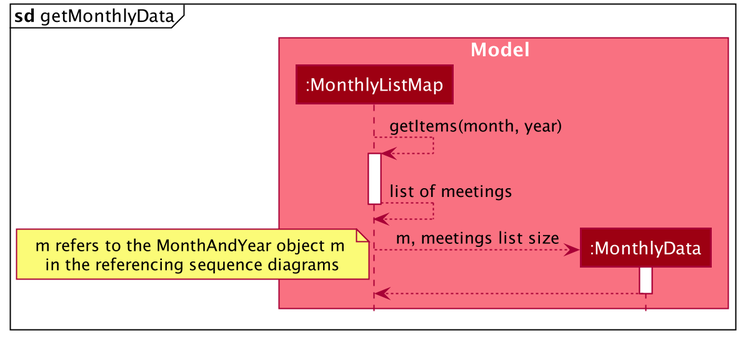
This is docs/images/MeetingStatsSequenceDiagram5.png from sebastiantoh/tp, a PlantUML export, as it was before one commit. Its source is kept beside it as docs/diagrams/MeetingStatsSequenceDiagram5.puml.
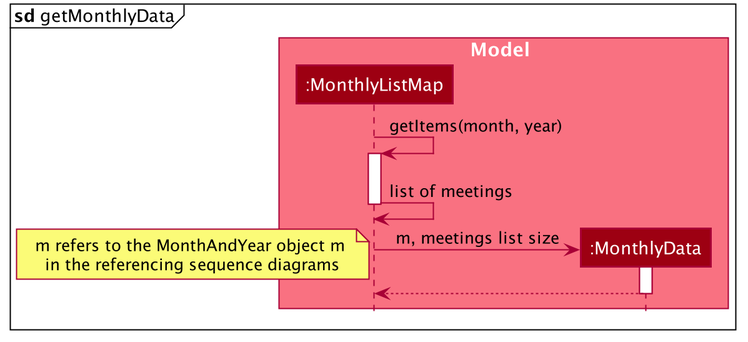
After the commit.

Change to the diagram source:
```diff
@@ -10,13 +10,13 @@
 mainframe **sd** getMonthlyData
 
 box
-MonthlyListMap --> MonthlyListMap : getItems(month, year)
+MonthlyListMap -> MonthlyListMap : getItems(month, year)
 activate MonthlyListMap
 
-MonthlyListMap --> MonthlyListMap : list of meetings
+MonthlyListMap -> MonthlyListMap : list of meetings
 deactivate MonthlyListMap
 create MonthlyData
-MonthlyListMap --> MonthlyData : m, meetings list size
+MonthlyListMap -> MonthlyData : m, meetings list size
 note left: m refers to the MonthAndYear object m \nin the referencing sequence diagrams
 activate MonthlyData
 MonthlyData --> MonthlyListMap
```
